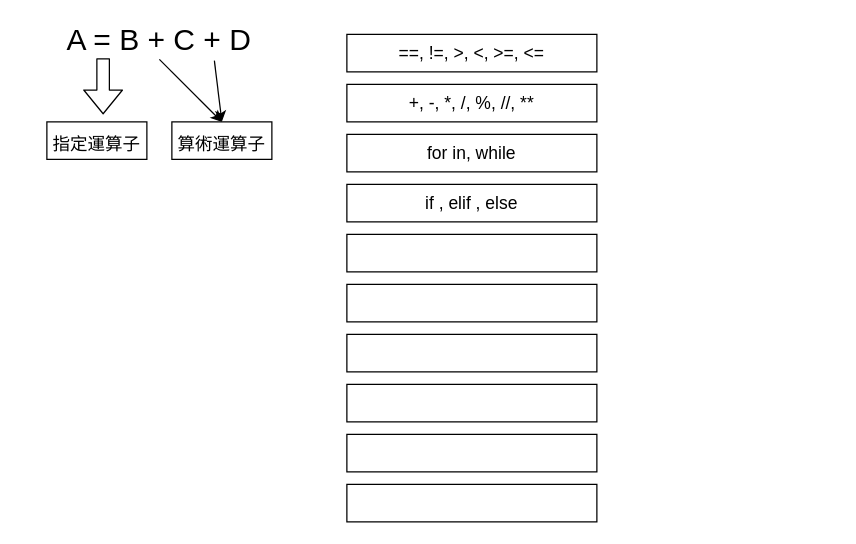
Above: Class/class_4.drawio in samchen2000/2025_10_26_Python_Pico_Class (draw.io), before the change. Source tidied: cells renumbered, new cells numbered last; positions are measured from the earlier drawing's top-left corner, leaving out a move shared by most shapes. Both pictures are drawn from the tidied source at 125%, with x=0, y=0 at pixel (21, 21).
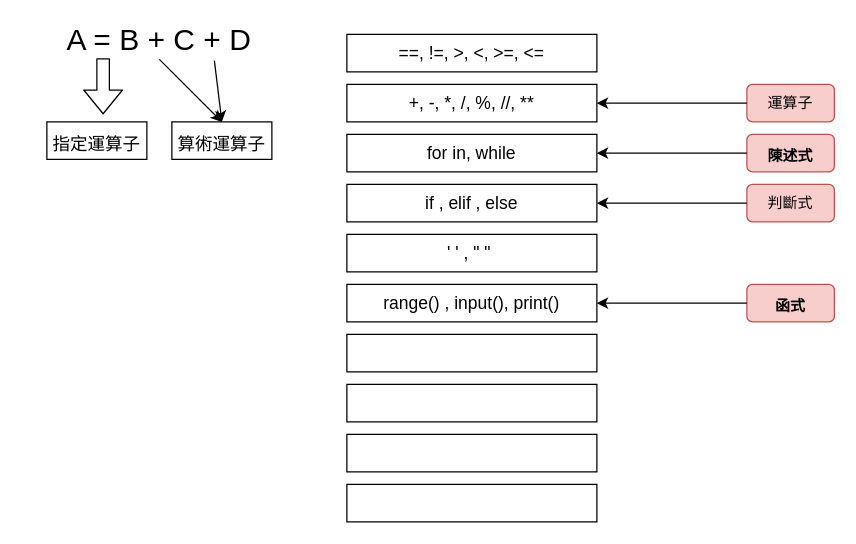
After the change.

The change refers to these unchanged cells:
```xml
<mxCell id="9" value="+, -, *, /, %, //, **" style="rounded=0;whiteSpace=wrap;html=1;fontSize=14;" parent="1" vertex="1">
  <mxGeometry x="260" y="50" width="200" height="30" as="geometry" />
</mxCell>
```

Change to the diagram source:
```diff
@@
-    <mxCell id="12" style="rounded=0;whiteSpace=wrap;html=1;fontSize=14;" parent="1" vertex="1">
+    <mxCell id="12" value="' ' , &quot; &quot;&amp;nbsp;" style="rounded=0;whiteSpace=wrap;html=1;fontSize=14;" parent="1" vertex="1">
       <mxGeometry x="260" y="170" width="200" height="30" as="geometry" />
     </mxCell>
-    <mxCell id="13" style="rounded=0;whiteSpace=wrap;html=1;fontSize=14;" parent="1" vertex="1">
+    <mxCell id="13" value="range() , input(), print()" style="rounded=0;whiteSpace=wrap;html=1;fontSize=14;" parent="1" vertex="1">
       <mxGeometry x="260" y="210" width="200" height="30" as="geometry" />
     </mxCell>
@@
+    <mxCell id="18" value="運算子" style="rounded=1;whiteSpace=wrap;html=1;fillColor=#f8cecc;strokeColor=#b85450;" parent="1" vertex="1">
+      <mxGeometry x="580" y="50" width="70" height="30" as="geometry" />
+    </mxCell>
+    <mxCell id="19" style="endArrow=classic;html=1;exitX=0;exitY=0.5;exitDx=0;exitDy=0;entryX=1;entryY=0.5;entryDx=0;entryDy=0;" parent="1" edge="1" source="18" target="9">
+      <mxGeometry relative="1" as="geometry" />
+    </mxCell>
+    <mxCell id="20" value="&lt;h2 style=&quot;font-family: -apple-system, BlinkMacSystemFont, &amp;quot;avenir next&amp;quot;, avenir, &amp;quot;segoe ui&amp;quot;, &amp;quot;helvetica neue&amp;quot;, helvetica, Cantarell, Ubuntu, roboto, noto, arial, sans-serif; color: rgb(0, 0, 0); border: 0px; margin: 0px; padding: 0.3em 0px; text-align: start;&quot; class=&quot;translated&quot;&gt;&lt;font style=&quot;font-size: 12px;&quot;&gt;陳述式&lt;/font&gt;&lt;/h2&gt;" style="rounded=1;whiteSpace=wrap;html=1;fillColor=#f8cecc;strokeColor=#b85450;" parent="1" vertex="1">
+      <mxGeometry x="580" y="90" width="70" height="30" as="geometry" />
+    </mxCell>
+    <mxCell id="21" style="endArrow=classic;html=1;exitX=0;exitY=0.5;exitDx=0;exitDy=0;entryX=1;entryY=0.5;entryDx=0;entryDy=0;" parent="1" edge="1" source="20">
+      <mxGeometry relative="1" as="geometry">
+        <mxPoint x="460" y="105" as="targetPoint" />
+      </mxGeometry>
+    </mxCell>
+    <mxCell id="22" value="&lt;h2 style=&quot;font-family: -apple-system, BlinkMacSystemFont, &amp;quot;avenir next&amp;quot;, avenir, &amp;quot;segoe ui&amp;quot;, &amp;quot;helvetica neue&amp;quot;, helvetica, Cantarell, Ubuntu, roboto, noto, arial, sans-serif; border: 0px; margin: 0px; padding: 0.3em 0px; text-align: start; color: rgb(0, 0, 0);&quot; class=&quot;translated&quot;&gt;&lt;span style=&quot;font-size: 12px;&quot;&gt;函式&lt;/span&gt;&lt;/h2&gt;" style="rounded=1;whiteSpace=wrap;html=1;fillColor=#f8cecc;strokeColor=#b85450;" parent="1" vertex="1">
+      <mxGeometry x="580" y="210" width="70" height="30" as="geometry" />
+    </mxCell>
+    <mxCell id="23" style="endArrow=classic;html=1;exitX=0;exitY=0.5;exitDx=0;exitDy=0;entryX=1;entryY=0.5;entryDx=0;entryDy=0;" parent="1" edge="1" source="22">
+      <mxGeometry relative="1" as="geometry">
+        <mxPoint x="460" y="225" as="targetPoint" />
+      </mxGeometry>
+    </mxCell>
+    <mxCell id="24" value="判斷式" style="rounded=1;whiteSpace=wrap;html=1;fillColor=#f8cecc;strokeColor=#b85450;" parent="1" vertex="1">
+      <mxGeometry x="580" y="130" width="70" height="30" as="geometry" />
+    </mxCell>
+    <mxCell id="25" style="endArrow=classic;html=1;exitX=0;exitY=0.5;exitDx=0;exitDy=0;entryX=1;entryY=0.5;entryDx=0;entryDy=0;" parent="1" edge="1" source="24">
+      <mxGeometry relative="1" as="geometry">
+        <mxPoint x="460" y="145" as="targetPoint" />
+      </mxGeometry>
+    </mxCell>
```
